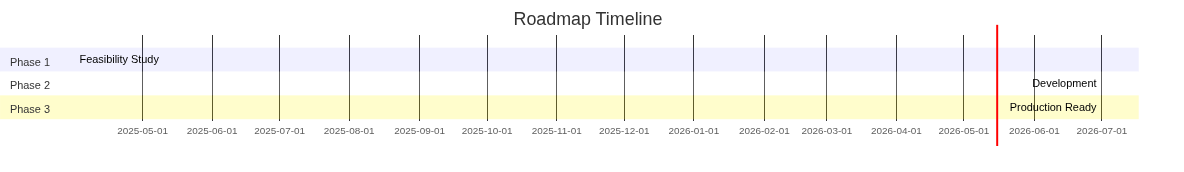
Before: conferences/hdc26/images/roadmap-timeline.png, a diagram exported from Mermaid (davidinux/pub). Its source is kept beside it as conferences/hdc26/diagrams/roadmap-timeline.mmd.
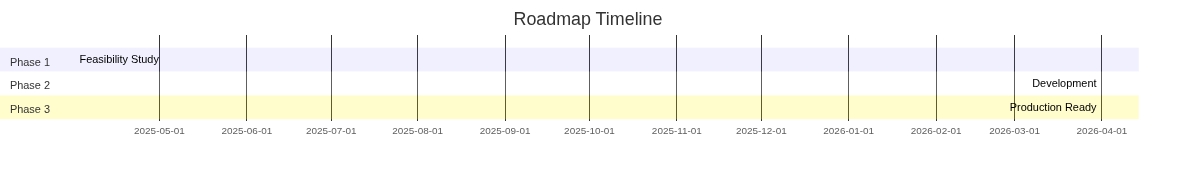
The same diagram one commit later.

Commit message:
Fix roadmap diagram timeline: Phase 2 starts Q2 2026, Phase 3 ends Q3 2027

Change to the diagram source:
```diff
@@ -4,6 +4,6 @@
     section Phase 1
     Feasibility Study :done, des1, 2025-04-01, 2025-04-30
     section Phase 2
-    Development :active, des2, 2026-07-01, 9m
+    Development :active, des2, 2026-04-01, 15m
     section Phase 3
-    Production Ready :des3, after des2, 6m
+    Production Ready :des3, after des2, 3m
```
